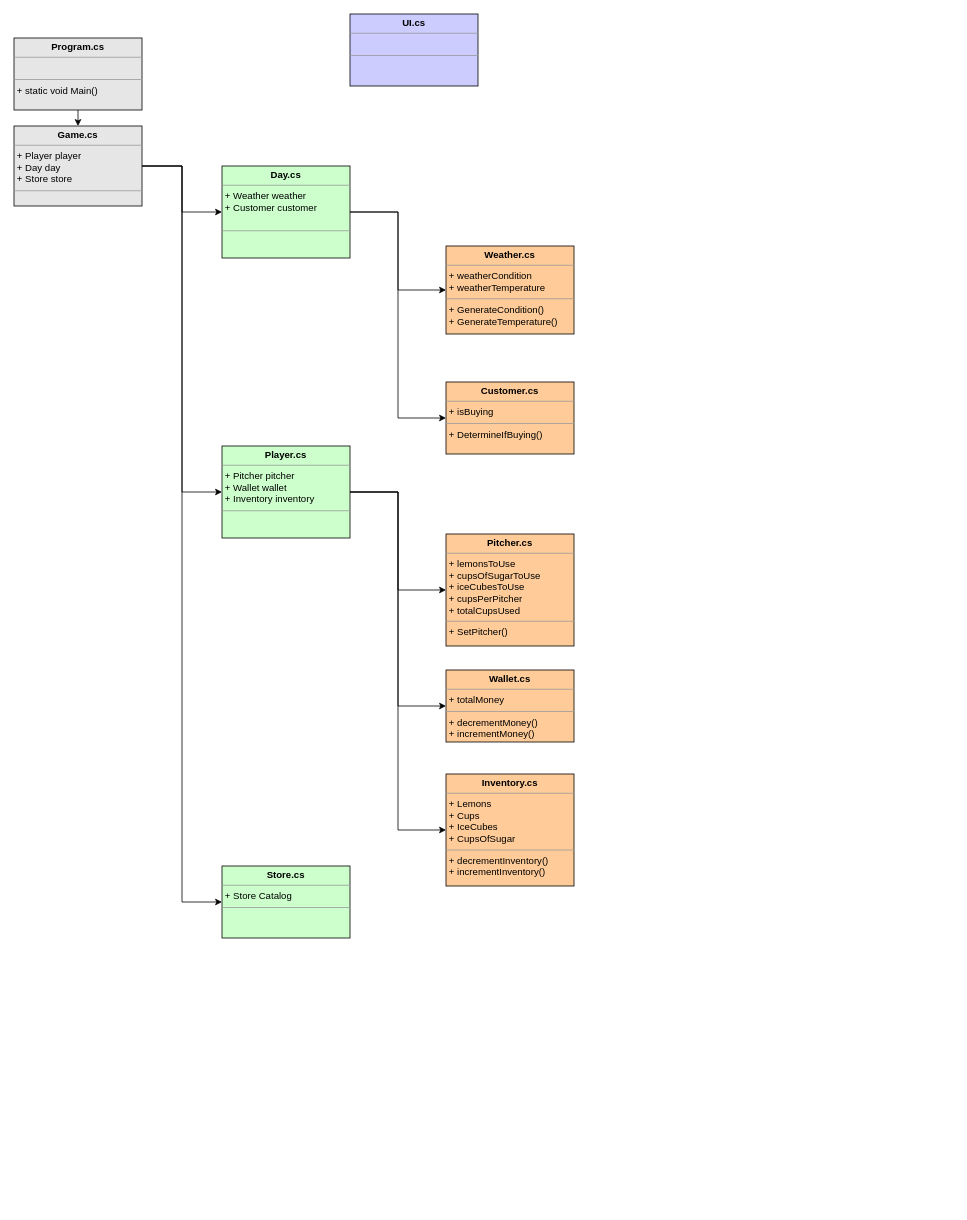
jtbowles/_lemonade_Stand keeps this draw.io diagram as lemonade_Stand_UML.drawio. Above is the earlier version. Source tidied: cells renumbered, new cells numbered last; positions are measured from the earlier drawing's top-left corner, leaving out a move shared by most shapes. Both pictures are drawn from the tidied source at 80%, with x=0, y=0 at pixel (14, 14).
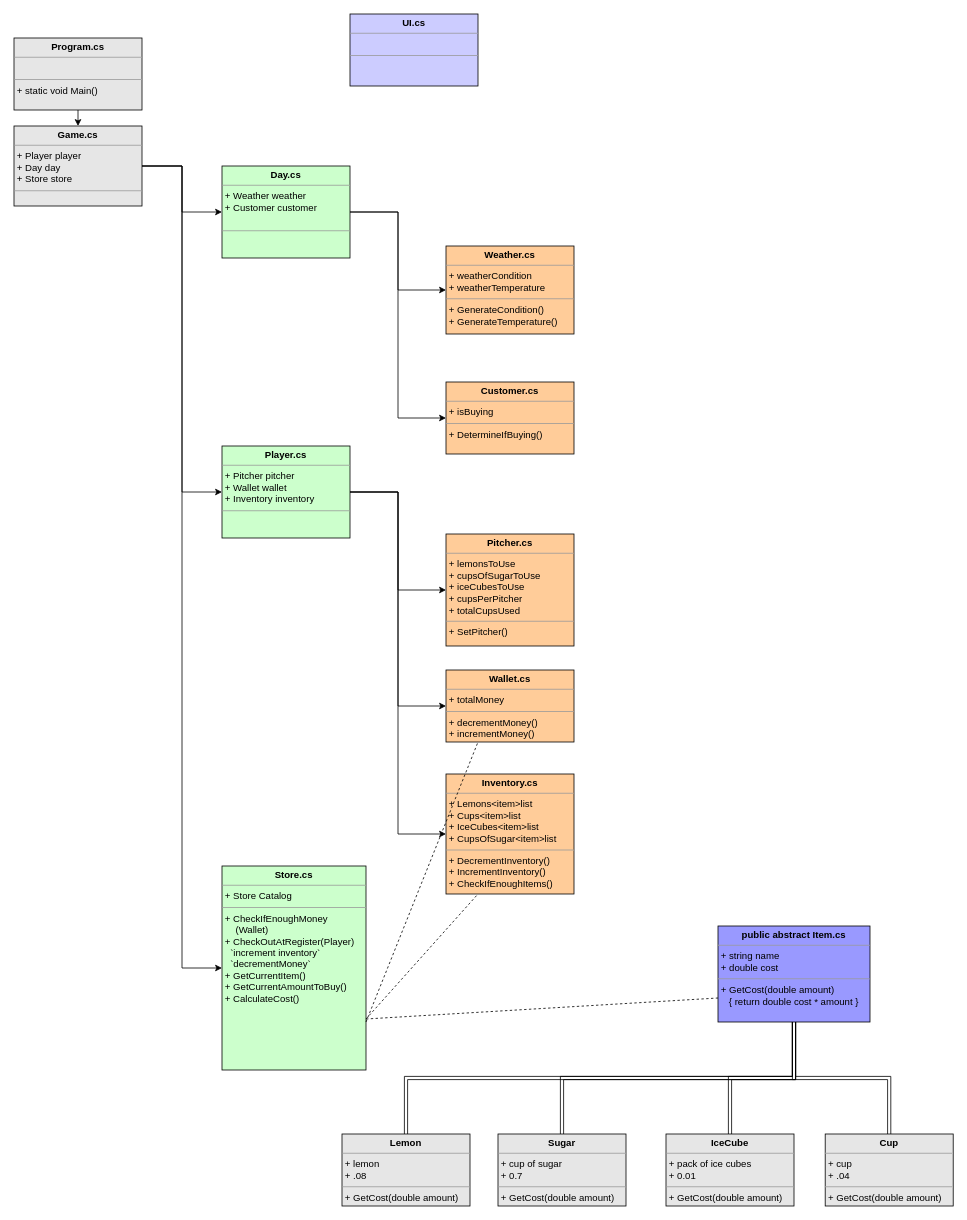
After the change.

Unchanged cells that the change refers to:
```xml
<mxCell id="18" value="&lt;p style=&quot;margin: 0px ; margin-top: 4px ; text-align: center&quot;&gt;&lt;b&gt;Wallet.cs&lt;/b&gt;&lt;/p&gt;&lt;hr size=&quot;1&quot;&gt;&lt;p style=&quot;margin: 0px ; margin-left: 4px&quot;&gt;+ totalMoney&lt;/p&gt;&lt;hr size=&quot;1&quot;&gt;&lt;p style=&quot;margin: 0px ; margin-left: 4px&quot;&gt;+ decrementMoney()&lt;/p&gt;&lt;p style=&quot;margin: 0px ; margin-left: 4px&quot;&gt;+ incrementMoney()&lt;/p&gt;" style="verticalAlign=top;align=left;overflow=fill;fontSize=12;fontFamily=Helvetica;html=1;fillColor=#FFCC99;" parent="1" vertex="1">
  <mxGeometry x="540" y="820" width="160" height="90" as="geometry" />
</mxCell>
```

Diff of the diagram source:
```diff
@@
-    <mxCell id="19" value="&lt;p style=&quot;margin: 0px ; margin-top: 4px ; text-align: center&quot;&gt;&lt;b&gt;Inventory.cs&lt;/b&gt;&lt;/p&gt;&lt;hr size=&quot;1&quot;&gt;&lt;p style=&quot;margin: 0px ; margin-left: 4px&quot;&gt;+ Lemons&lt;/p&gt;&lt;p style=&quot;margin: 0px ; margin-left: 4px&quot;&gt;+ Cups&lt;/p&gt;&lt;p style=&quot;margin: 0px ; margin-left: 4px&quot;&gt;+ IceCubes&lt;/p&gt;&lt;p style=&quot;margin: 0px ; margin-left: 4px&quot;&gt;+ CupsOfSugar&lt;/p&gt;&lt;hr size=&quot;1&quot;&gt;&lt;p style=&quot;margin: 0px ; margin-left: 4px&quot;&gt;+ decrementInventory()&lt;/p&gt;&lt;p style=&quot;margin: 0px ; margin-left: 4px&quot;&gt;+ incrementInventory()&lt;/p&gt;" style="verticalAlign=top;align=left;overflow=fill;fontSize=12;fontFamily=Helvetica;html=1;fillColor=#FFCC99;" parent="1" vertex="1">
-      <mxGeometry x="540" y="950" width="160" height="140" as="geometry" />
+    <mxCell id="19" value="&lt;p style=&quot;margin: 0px ; margin-top: 4px ; text-align: center&quot;&gt;&lt;b&gt;Inventory.cs&lt;/b&gt;&lt;/p&gt;&lt;hr size=&quot;1&quot;&gt;&lt;p style=&quot;margin: 0px ; margin-left: 4px&quot;&gt;+ Lemons&amp;lt;item&amp;gt;list&lt;/p&gt;&lt;p style=&quot;margin: 0px ; margin-left: 4px&quot;&gt;+ Cups&amp;lt;item&amp;gt;list&lt;/p&gt;&lt;p style=&quot;margin: 0px ; margin-left: 4px&quot;&gt;+ IceCubes&amp;lt;item&amp;gt;list&lt;/p&gt;&lt;p style=&quot;margin: 0px ; margin-left: 4px&quot;&gt;+ CupsOfSugar&amp;lt;item&amp;gt;list&lt;/p&gt;&lt;hr size=&quot;1&quot;&gt;&lt;p style=&quot;margin: 0px ; margin-left: 4px&quot;&gt;+ DecrementInventory()&lt;/p&gt;&lt;p style=&quot;margin: 0px ; margin-left: 4px&quot;&gt;+ IncrementInventory()&lt;/p&gt;&lt;p style=&quot;margin: 0px ; margin-left: 4px&quot;&gt;+ CheckIfEnoughItems()&lt;/p&gt;" style="verticalAlign=top;align=left;overflow=fill;fontSize=12;fontFamily=Helvetica;html=1;fillColor=#FFCC99;" parent="1" vertex="1">
+      <mxGeometry x="540" y="950" width="160" height="150" as="geometry" />
     </mxCell>
-    <mxCell id="20" value="&lt;p style=&quot;margin: 0px ; margin-top: 4px ; text-align: center&quot;&gt;&lt;b&gt;Store.cs&lt;/b&gt;&lt;/p&gt;&lt;hr size=&quot;1&quot;&gt;&lt;p style=&quot;margin: 0px ; margin-left: 4px&quot;&gt;+ Store Catalog&lt;/p&gt;&lt;hr size=&quot;1&quot;&gt;&lt;p style=&quot;margin: 0px ; margin-left: 4px&quot;&gt;&lt;br&gt;&lt;/p&gt;" style="verticalAlign=top;align=left;overflow=fill;fontSize=12;fontFamily=Helvetica;html=1;fillColor=#CCFFCC;" parent="1" vertex="1">
-      <mxGeometry x="260" y="1065" width="160" height="90" as="geometry" />
+    <mxCell id="20" value="&lt;p style=&quot;margin: 0px ; margin-top: 4px ; text-align: center&quot;&gt;&lt;b&gt;Store.cs&lt;/b&gt;&lt;/p&gt;&lt;hr size=&quot;1&quot;&gt;&lt;p style=&quot;margin: 0px ; margin-left: 4px&quot;&gt;+ Store Catalog&lt;/p&gt;&lt;hr size=&quot;1&quot;&gt;&lt;p style=&quot;margin: 0px ; margin-left: 4px&quot;&gt;+ CheckIfEnoughMoney&lt;/p&gt;&lt;p style=&quot;margin: 0px ; margin-left: 4px&quot;&gt;&amp;nbsp; &amp;nbsp; (Wallet)&amp;nbsp;&lt;/p&gt;&lt;p style=&quot;margin: 0px ; margin-left: 4px&quot;&gt;+ CheckOutAtRegister(Player)&lt;/p&gt;&lt;p style=&quot;margin: 0px ; margin-left: 4px&quot;&gt;&amp;nbsp; `increment inventory`&lt;br&gt;&lt;/p&gt;&lt;p style=&quot;margin: 0px ; margin-left: 4px&quot;&gt;&amp;nbsp; `decrementMoney`&lt;/p&gt;&lt;p style=&quot;margin: 0px ; margin-left: 4px&quot;&gt;+ GetCurrentItem()&lt;/p&gt;&lt;p style=&quot;margin: 0px ; margin-left: 4px&quot;&gt;+ GetCurrentAmountToBuy()&lt;/p&gt;&lt;p style=&quot;margin: 0px ; margin-left: 4px&quot;&gt;+ CalculateCost()&lt;/p&gt;" style="verticalAlign=top;align=left;overflow=fill;fontSize=12;fontFamily=Helvetica;html=1;fillColor=#CCFFCC;" parent="1" vertex="1">
+      <mxGeometry x="260" y="1065" width="180" height="255" as="geometry" />
     </mxCell>
@@
+    <mxCell id="22" style="edgeStyle=orthogonalEdgeStyle;shape=link;rounded=0;jettySize=auto;html=1;exitX=0.5;exitY=1;exitDx=0;exitDy=0;entryX=0.5;entryY=0;entryDx=0;entryDy=0;" parent="1" edge="1" source="26" target="29">
+      <mxGeometry relative="1" as="geometry" />
+    </mxCell>
+    <mxCell id="23" style="edgeStyle=orthogonalEdgeStyle;shape=link;rounded=0;jettySize=auto;html=1;exitX=0.5;exitY=1;exitDx=0;exitDy=0;entryX=0.5;entryY=0;entryDx=0;entryDy=0;" parent="1" edge="1" source="26" target="31">
+      <mxGeometry relative="1" as="geometry" />
+    </mxCell>
+    <mxCell id="24" style="edgeStyle=orthogonalEdgeStyle;shape=link;rounded=0;jettySize=auto;html=1;exitX=0.5;exitY=1;exitDx=0;exitDy=0;entryX=0.5;entryY=0;entryDx=0;entryDy=0;" parent="1" edge="1" source="26" target="30">
+      <mxGeometry relative="1" as="geometry" />
+    </mxCell>
+    <mxCell id="25" style="edgeStyle=orthogonalEdgeStyle;shape=link;rounded=0;jettySize=auto;html=1;exitX=0.5;exitY=1;exitDx=0;exitDy=0;entryX=0.5;entryY=0;entryDx=0;entryDy=0;" parent="1" edge="1" source="26" target="32">
+      <mxGeometry relative="1" as="geometry" />
+    </mxCell>
+    <mxCell id="26" value="&lt;p style=&quot;margin: 0px ; margin-top: 4px ; text-align: center&quot;&gt;&lt;b&gt;public abstract Item.cs&lt;/b&gt;&lt;/p&gt;&lt;hr size=&quot;1&quot;&gt;&lt;p style=&quot;margin: 0px ; margin-left: 4px&quot;&gt;+ string name&lt;/p&gt;&lt;p style=&quot;margin: 0px ; margin-left: 4px&quot;&gt;+ double cost&lt;/p&gt;&lt;hr size=&quot;1&quot;&gt;&lt;p style=&quot;margin: 0px ; margin-left: 4px&quot;&gt;+ GetCost(double amount)&lt;/p&gt;&lt;p style=&quot;margin: 0px ; margin-left: 4px&quot;&gt;&amp;nbsp; &amp;nbsp;{ return double cost * amount }&lt;/p&gt;" style="verticalAlign=top;align=left;overflow=fill;fontSize=12;fontFamily=Helvetica;html=1;fillColor=#9999FF;" parent="1" vertex="1">
+      <mxGeometry x="880" y="1140" width="190" height="120" as="geometry" />
+    </mxCell>
+    <mxCell id="27" style="endArrow=none;dashed=1;html=1;entryX=0.25;entryY=1;entryDx=0;entryDy=0;exitX=1;exitY=0.75;exitDx=0;exitDy=0;" parent="1" edge="1" source="20" target="19">
+      <mxGeometry relative="1" as="geometry" />
+    </mxCell>
+    <mxCell id="28" style="endArrow=none;dashed=1;html=1;entryX=0.25;entryY=1;entryDx=0;entryDy=0;" parent="1" edge="1" target="18">
+      <mxGeometry relative="1" as="geometry">
+        <mxPoint x="440" y="1260" as="sourcePoint" />
+      </mxGeometry>
+    </mxCell>
+    <mxCell id="29" value="&lt;p style=&quot;margin: 0px ; margin-top: 4px ; text-align: center&quot;&gt;&lt;b&gt;Cup&lt;/b&gt;&lt;/p&gt;&lt;hr size=&quot;1&quot;&gt;&lt;p style=&quot;margin: 0px ; margin-left: 4px&quot;&gt;+ cup&lt;/p&gt;&lt;p style=&quot;margin: 0px ; margin-left: 4px&quot;&gt;+ .04&lt;/p&gt;&lt;hr size=&quot;1&quot;&gt;&lt;p style=&quot;margin: 0px ; margin-left: 4px&quot;&gt;+ GetCost(double amount)&lt;/p&gt;" style="verticalAlign=top;align=left;overflow=fill;fontSize=12;fontFamily=Helvetica;html=1;fillColor=#E6E6E6;" parent="1" vertex="1">
+      <mxGeometry x="1014" y="1400" width="160" height="90" as="geometry" />
+    </mxCell>
+    <mxCell id="30" value="&lt;p style=&quot;margin: 0px ; margin-top: 4px ; text-align: center&quot;&gt;&lt;b&gt;Sugar&lt;/b&gt;&lt;/p&gt;&lt;hr size=&quot;1&quot;&gt;&lt;p style=&quot;margin: 0px ; margin-left: 4px&quot;&gt;+ cup of sugar&lt;/p&gt;&lt;p style=&quot;margin: 0px ; margin-left: 4px&quot;&gt;+ 0.7&lt;/p&gt;&lt;hr size=&quot;1&quot;&gt;&lt;p style=&quot;margin: 0px ; margin-left: 4px&quot;&gt;+ GetCost(double amount)&lt;/p&gt;" style="verticalAlign=top;align=left;overflow=fill;fontSize=12;fontFamily=Helvetica;html=1;fillColor=#E6E6E6;" parent="1" vertex="1">
+      <mxGeometry x="605" y="1400" width="160" height="90" as="geometry" />
+    </mxCell>
+    <mxCell id="31" value="&lt;p style=&quot;margin: 0px ; margin-top: 4px ; text-align: center&quot;&gt;&lt;b&gt;IceCube&lt;/b&gt;&lt;/p&gt;&lt;hr size=&quot;1&quot;&gt;&lt;p style=&quot;margin: 0px ; margin-left: 4px&quot;&gt;+ pack of ice cubes&lt;/p&gt;&lt;p style=&quot;margin: 0px ; margin-left: 4px&quot;&gt;+ 0.01&lt;/p&gt;&lt;hr size=&quot;1&quot;&gt;&lt;p style=&quot;margin: 0px ; margin-left: 4px&quot;&gt;+ GetCost(double amount)&lt;/p&gt;" style="verticalAlign=top;align=left;overflow=fill;fontSize=12;fontFamily=Helvetica;html=1;fillColor=#E6E6E6;" parent="1" vertex="1">
+      <mxGeometry x="815" y="1400" width="160" height="90" as="geometry" />
+    </mxCell>
+    <mxCell id="32" value="&lt;p style=&quot;margin: 0px ; margin-top: 4px ; text-align: center&quot;&gt;&lt;b&gt;Lemon&lt;/b&gt;&lt;/p&gt;&lt;hr size=&quot;1&quot;&gt;&lt;p style=&quot;margin: 0px ; margin-left: 4px&quot;&gt;+ lemon&lt;/p&gt;&lt;p style=&quot;margin: 0px ; margin-left: 4px&quot;&gt;+ .08&lt;/p&gt;&lt;hr size=&quot;1&quot;&gt;&lt;p style=&quot;margin: 0px ; margin-left: 4px&quot;&gt;+ GetCost(double amount)&lt;/p&gt;" style="verticalAlign=top;align=left;overflow=fill;fontSize=12;fontFamily=Helvetica;html=1;fillColor=#E6E6E6;" parent="1" vertex="1">
+      <mxGeometry x="410" y="1400" width="160" height="90" as="geometry" />
+    </mxCell>
+    <mxCell id="33" style="endArrow=none;dashed=1;html=1;exitX=1;exitY=0.75;exitDx=0;exitDy=0;entryX=0;entryY=0.75;entryDx=0;entryDy=0;" parent="1" edge="1" source="20" target="26">
+      <mxGeometry relative="1" as="geometry" />
+    </mxCell>
```
